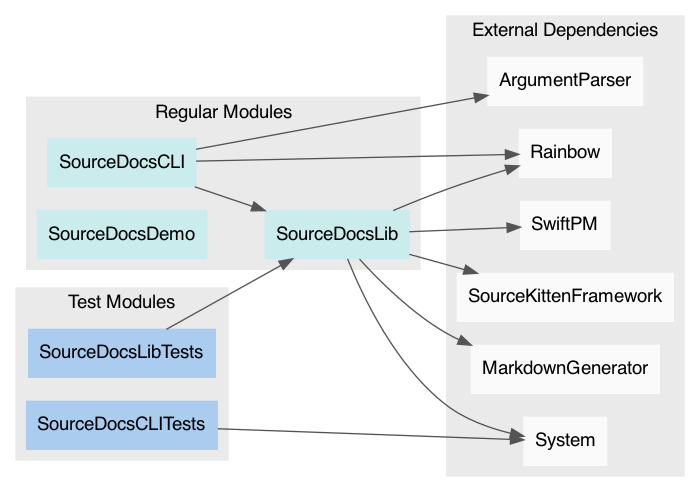
Earlier version of the Graphviz export PackageModules.png (SourceDocs/SourceDocs). Its source is kept beside it as PackageModules.dot.
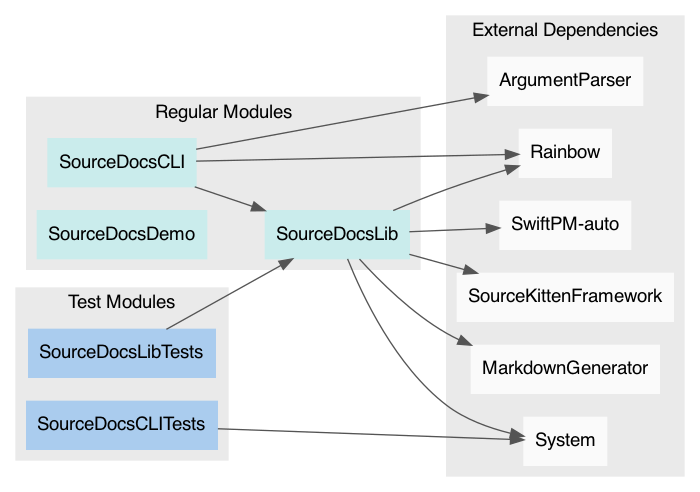
Above is the later version.

Commit message:
Use SwiftPM-auto to link statically when building for Release

Change to the diagram source:
```diff
@@ -7,35 +7,35 @@
     subgraph clusterRegular {
     label = "Regular Modules"
     node [color="#caecec"]
-    SourceDocsCLI
-    SourceDocsLib
-    SourceDocsDemo
+    "SourceDocsCLI"
+    "SourceDocsLib"
+    "SourceDocsDemo"
 }
     subgraph clusterTests {
     label = "Test Modules"
     node [color="#aaccee"]
-    SourceDocsCLITests
-    SourceDocsLibTests
+    "SourceDocsCLITests"
+    "SourceDocsLibTests"
 }
     subgraph clusterExternal {
     label = "External Dependencies"
     node [color="#fafafa"]
-    ArgumentParser
-    MarkdownGenerator
-    Rainbow
-    SourceKittenFramework
-    SwiftPM
-    System
+    "ArgumentParser"
+    "MarkdownGenerator"
+    "Rainbow"
+    "SourceKittenFramework"
+    "SwiftPM-auto"
+    "System"
 }
 
-    SourceDocsCLI -> SourceDocsLib
-    SourceDocsCLI -> ArgumentParser
-    SourceDocsCLI -> Rainbow
-    SourceDocsLib -> SourceKittenFramework
-    SourceDocsLib -> MarkdownGenerator
-    SourceDocsLib -> Rainbow
-    SourceDocsLib -> System
-    SourceDocsLib -> SwiftPM
-    SourceDocsCLITests -> System
-    SourceDocsLibTests -> SourceDocsLib
+    "SourceDocsCLI" -> "ArgumentParser"
+    "SourceDocsCLI" -> "SourceDocsLib"
+    "SourceDocsCLI" -> "Rainbow"
+    "SourceDocsLib" -> "SourceKittenFramework"
+    "SourceDocsLib" -> "SwiftPM-auto"
+    "SourceDocsLib" -> "MarkdownGenerator"
+    "SourceDocsLib" -> "Rainbow"
+    "SourceDocsLib" -> "System"
+    "SourceDocsCLITests" -> "System"
+    "SourceDocsLibTests" -> "SourceDocsLib"
 }
```
